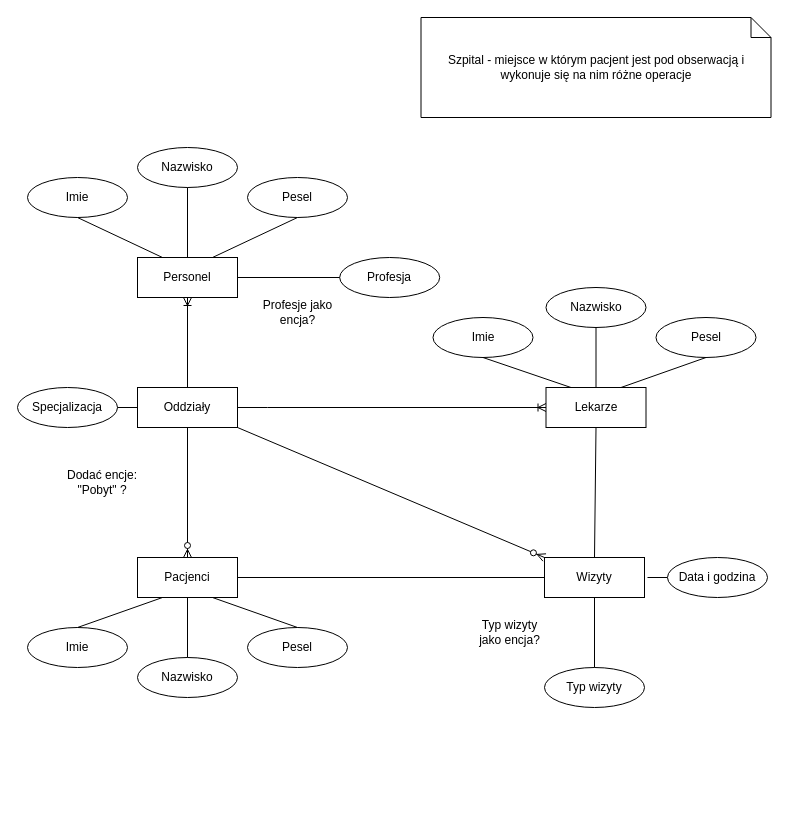
The draw.io diagram Diagram RDE.drawio in cnnq/PJATK_RBD, before the edit. Source tidied: cells renumbered, new cells numbered last; positions are measured from the earlier drawing's top-left corner, leaving out a move shared by most shapes. Both pictures are drawn from the tidied source at 100%, with x=0, y=0 at pixel (17, 17).
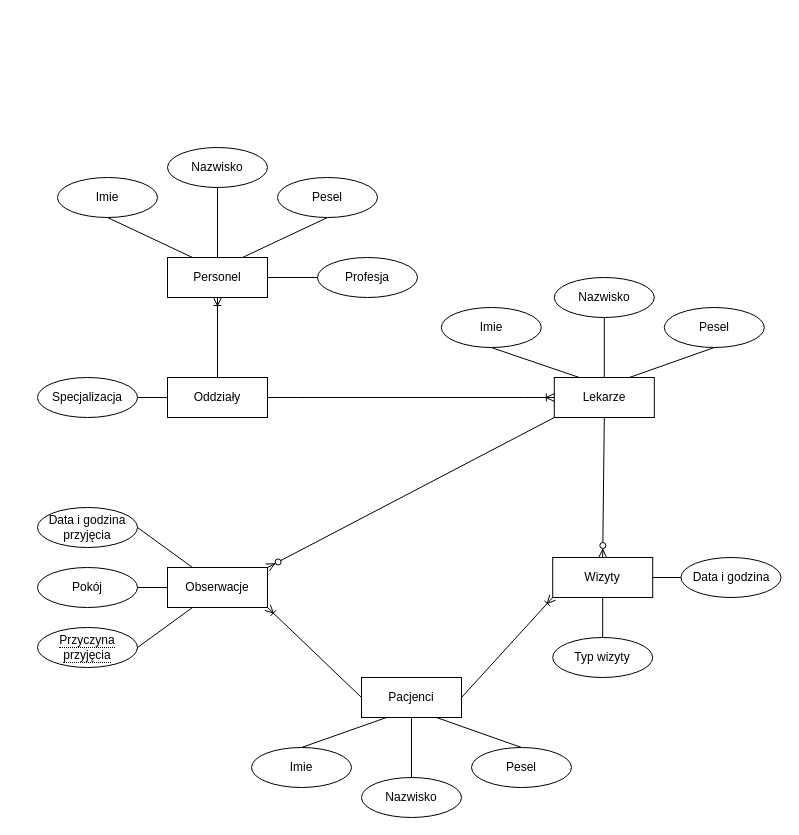
After the change.

The edit, as a diff of the source:
```diff
@@
     <mxCell id="2" value="Lekarze" style="whiteSpace=wrap;html=1;align=center;" parent="1" vertex="1">
-      <mxGeometry x="528.5" y="370" width="100" height="40" as="geometry" />
+      <mxGeometry x="536.8" y="360" width="100" height="40" as="geometry" />
     </mxCell>
     <mxCell id="3" value="Pacjenci" style="whiteSpace=wrap;html=1;align=center;" parent="1" vertex="1">
-      <mxGeometry x="120" y="540" width="100" height="40" as="geometry" />
+      <mxGeometry x="344" y="660" width="100" height="40" as="geometry" />
     </mxCell>
-    <mxCell id="4" value="Szpital - miejsce w którym pacjent jest pod obserwacją i wykonuje się na nim różne operacje" style="shape=note;size=20;whiteSpace=wrap;html=1;" parent="1" vertex="1">
-      <mxGeometry x="403.5" width="350" height="100" as="geometry" />
-    </mxCell>
     <mxCell id="5" value="Wizyty" style="whiteSpace=wrap;html=1;align=center;" parent="1" vertex="1">
-      <mxGeometry x="527" y="540" width="100" height="40" as="geometry" />
+      <mxGeometry x="535.2" y="540" width="100" height="40" as="geometry" />
     </mxCell>
     <mxCell id="6" value="Imie" style="ellipse;whiteSpace=wrap;html=1;align=center;" parent="1" vertex="1">
-      <mxGeometry x="10" y="610" width="100" height="40" as="geometry" />
+      <mxGeometry x="234" y="730" width="100" height="40" as="geometry" />
     </mxCell>
     <mxCell id="7" value="Nazwisko" style="ellipse;whiteSpace=wrap;html=1;align=center;" parent="1" vertex="1">
-      <mxGeometry x="120" y="640" width="100" height="40" as="geometry" />
+      <mxGeometry x="344" y="760" width="100" height="40" as="geometry" />
     </mxCell>
@@
     <mxCell id="10" value="Pesel" style="ellipse;whiteSpace=wrap;html=1;align=center;" parent="1" vertex="1">
-      <mxGeometry x="230" y="610" width="100" height="40" as="geometry" />
+      <mxGeometry x="454" y="730" width="100" height="40" as="geometry" />
     </mxCell>
@@
     <mxCell id="12" value="Imie" style="ellipse;whiteSpace=wrap;html=1;align=center;" parent="1" vertex="1">
-      <mxGeometry x="415.5" y="300" width="100" height="40" as="geometry" />
+      <mxGeometry x="423.8" y="290" width="100" height="40" as="geometry" />
     </mxCell>
     <mxCell id="13" value="Nazwisko" style="ellipse;whiteSpace=wrap;html=1;align=center;" parent="1" vertex="1">
-      <mxGeometry x="528.5" y="270" width="100" height="40" as="geometry" />
+      <mxGeometry x="536.8" y="260" width="100" height="40" as="geometry" />
     </mxCell>
@@
     <mxCell id="16" value="Pesel" style="ellipse;whiteSpace=wrap;html=1;align=center;" parent="1" vertex="1">
-      <mxGeometry x="638.5" y="300" width="100" height="40" as="geometry" />
+      <mxGeometry x="646.8" y="290" width="100" height="40" as="geometry" />
     </mxCell>
@@
     <mxCell id="18" value="Typ wizyty" style="ellipse;whiteSpace=wrap;html=1;align=center;" parent="1" vertex="1">
-      <mxGeometry x="527" y="650" width="100" height="40" as="geometry" />
+      <mxGeometry x="535.2" y="620" width="100" height="40" as="geometry" />
     </mxCell>
@@
-    <mxCell id="20" style="endArrow=none;html=1;rounded=0;exitX=1;exitY=0.5;exitDx=0;exitDy=0;entryX=0;entryY=0.5;entryDx=0;entryDy=0;" parent="1" edge="1" source="3" target="5">
-      <mxGeometry relative="1" as="geometry" />
-    </mxCell>
-    <mxCell id="21" style="endArrow=none;html=1;rounded=0;exitX=0.5;exitY=1;exitDx=0;exitDy=0;entryX=0.5;entryY=0;entryDx=0;entryDy=0;" parent="1" edge="1" source="2" target="5">
-      <mxGeometry relative="1" as="geometry" />
-    </mxCell>
-    <mxCell id="22" style="endArrow=none;html=1;rounded=0;" parent="1" edge="1" target="23">
-      <mxGeometry relative="1" as="geometry">
-        <mxPoint x="630" y="560" as="sourcePoint" />
-      </mxGeometry>
+    <mxCell id="22" style="endArrow=none;html=1;rounded=0;exitX=1;exitY=0.5;exitDx=0;exitDy=0;" parent="1" edge="1" source="5" target="23">
+      <mxGeometry relative="1" as="geometry" />
     </mxCell>
     <mxCell id="23" value="Data i godzina" style="ellipse;whiteSpace=wrap;html=1;align=center;" parent="1" vertex="1">
-      <mxGeometry x="650" y="540" width="100" height="40" as="geometry" />
+      <mxGeometry x="663.5" y="540" width="100" height="40" as="geometry" />
     </mxCell>
     <mxCell id="24" value="Oddziały" style="whiteSpace=wrap;html=1;align=center;" parent="1" vertex="1">
-      <mxGeometry x="120" y="370" width="100" height="40" as="geometry" />
+      <mxGeometry x="150" y="360" width="100" height="40" as="geometry" />
     </mxCell>
-    <mxCell id="25" style="fontSize=12;html=1;endArrow=ERzeroToMany;endFill=1;rounded=0;exitX=0.5;exitY=1;exitDx=0;exitDy=0;" parent="1" edge="1" source="24" target="3">
-      <mxGeometry relative="1" as="geometry" />
-    </mxCell>
@@
     <mxCell id="27" value="Personel" style="whiteSpace=wrap;html=1;align=center;" parent="1" vertex="1">
-      <mxGeometry x="120" y="240" width="100" height="40" as="geometry" />
+      <mxGeometry x="150" y="240" width="100" height="40" as="geometry" />
     </mxCell>
@@
     <mxCell id="29" value="Imie" style="ellipse;whiteSpace=wrap;html=1;align=center;" parent="1" vertex="1">
-      <mxGeometry x="10" y="160" width="100" height="40" as="geometry" />
+      <mxGeometry x="40" y="160" width="100" height="40" as="geometry" />
     </mxCell>
     <mxCell id="30" value="Nazwisko" style="ellipse;whiteSpace=wrap;html=1;align=center;" parent="1" vertex="1">
-      <mxGeometry x="120" y="130" width="100" height="40" as="geometry" />
+      <mxGeometry x="150" y="130" width="100" height="40" as="geometry" />
     </mxCell>
@@
     <mxCell id="33" value="Pesel" style="ellipse;whiteSpace=wrap;html=1;align=center;" parent="1" vertex="1">
-      <mxGeometry x="230" y="160" width="100" height="40" as="geometry" />
+      <mxGeometry x="260" y="160" width="100" height="40" as="geometry" />
     </mxCell>
@@
     <mxCell id="35" value="Profesja" style="ellipse;whiteSpace=wrap;html=1;align=center;" parent="1" vertex="1">
-      <mxGeometry x="322.2" y="240" width="100" height="40" as="geometry" />
+      <mxGeometry x="300" y="240" width="100" height="40" as="geometry" />
     </mxCell>
-    <mxCell id="36" style="endArrow=none;html=1;rounded=0;exitX=1;exitY=0.5;exitDx=0;exitDy=0;entryX=0;entryY=0.5;entryDx=0;entryDy=0;" parent="1" edge="1" source="27" target="35">
-      <mxGeometry relative="1" as="geometry" />
-    </mxCell>
-    <mxCell id="37" style="fontSize=12;html=1;endArrow=ERzeroToMany;endFill=1;rounded=0;exitX=1;exitY=1;exitDx=0;exitDy=0;entryX=0;entryY=0;entryDx=0;entryDy=0;" parent="1" edge="1" source="24" target="5">
-      <mxGeometry relative="1" as="geometry" />
-    </mxCell>
     <mxCell id="38" value="Specjalizacja" style="ellipse;whiteSpace=wrap;html=1;align=center;" parent="1" vertex="1">
-      <mxGeometry y="370" width="100" height="40" as="geometry" />
+      <mxGeometry x="20" y="360" width="100" height="40" as="geometry" />
     </mxCell>
@@
-    <mxCell id="40" value="Dodać encje: &quot;Pobyt&quot; ?" style="text;html=1;whiteSpace=wrap;strokeColor=none;fillColor=none;align=center;verticalAlign=middle;rounded=0;" parent="1" vertex="1">
-      <mxGeometry x="30" y="450" width="110" height="30" as="geometry" />
-    </mxCell>
-    <mxCell id="41" value="Profesje jako encja?" style="text;html=1;whiteSpace=wrap;strokeColor=none;fillColor=none;align=center;verticalAlign=middle;rounded=0;" parent="1" vertex="1">
-      <mxGeometry x="237.8" y="280" width="84.5" height="30" as="geometry" />
-    </mxCell>
-    <mxCell id="42" value="Typ wizyty jako encja?" style="text;html=1;whiteSpace=wrap;strokeColor=none;fillColor=none;align=center;verticalAlign=middle;rounded=0;" parent="1" vertex="1">
-      <mxGeometry x="455.5" y="600" width="73" height="30" as="geometry" />
-    </mxCell>
+    <mxCell id="43" value="Obserwacje" style="whiteSpace=wrap;html=1;align=center;" parent="1" vertex="1">
+      <mxGeometry x="150" y="550" width="100" height="40" as="geometry" />
+    </mxCell>
+    <mxCell id="44" value="Pokój" style="ellipse;whiteSpace=wrap;html=1;align=center;" parent="1" vertex="1">
+      <mxGeometry x="20" y="550" width="100" height="40" as="geometry" />
+    </mxCell>
+    <mxCell id="45" style="endArrow=none;html=1;rounded=0;exitX=0;exitY=0.5;exitDx=0;exitDy=0;entryX=1;entryY=0.5;entryDx=0;entryDy=0;" parent="1" edge="1" source="43" target="44">
+      <mxGeometry relative="1" as="geometry" />
+    </mxCell>
+    <mxCell id="46" value="Data i godzina&lt;div&gt;przyjęcia&lt;/div&gt;" style="ellipse;whiteSpace=wrap;html=1;align=center;" parent="1" vertex="1">
+      <mxGeometry x="20" y="490" width="100" height="40" as="geometry" />
+    </mxCell>
+    <mxCell id="47" style="endArrow=none;html=1;rounded=0;exitX=0.25;exitY=0;exitDx=0;exitDy=0;entryX=1;entryY=0.5;entryDx=0;entryDy=0;" parent="1" edge="1" source="43" target="46">
+      <mxGeometry relative="1" as="geometry" />
+    </mxCell>
+    <mxCell id="48" value="&lt;span style=&quot;border-bottom: 1px dotted&quot;&gt;Przyczyna przyjęcia&lt;/span&gt;" style="ellipse;whiteSpace=wrap;html=1;align=center;" parent="1" vertex="1">
+      <mxGeometry x="20" y="610" width="100" height="40" as="geometry" />
+    </mxCell>
+    <mxCell id="49" style="endArrow=none;html=1;rounded=0;exitX=1;exitY=0.5;exitDx=0;exitDy=0;entryX=0.25;entryY=1;entryDx=0;entryDy=0;" parent="1" edge="1" source="48" target="43">
+      <mxGeometry relative="1" as="geometry" />
+    </mxCell>
+    <mxCell id="36" style="endArrow=none;html=1;rounded=0;exitX=1;exitY=0.5;exitDx=0;exitDy=0;entryX=0;entryY=0.5;entryDx=0;entryDy=0;" parent="1" edge="1" source="27" target="35">
+      <mxGeometry relative="1" as="geometry" />
+    </mxCell>
+    <mxCell id="50" style="fontSize=12;html=1;endArrow=ERoneToMany;rounded=0;exitX=0;exitY=0.5;exitDx=0;exitDy=0;entryX=1;entryY=1;entryDx=0;entryDy=0;" parent="1" edge="1" source="3" target="43">
+      <mxGeometry relative="1" as="geometry" />
+    </mxCell>
+    <mxCell id="20" style="fontSize=12;html=1;endArrow=ERoneToMany;rounded=0;entryX=0;entryY=1;entryDx=0;entryDy=0;exitX=1;exitY=0.5;exitDx=0;exitDy=0;" parent="1" edge="1" source="3" target="5">
+      <mxGeometry relative="1" as="geometry" />
+    </mxCell>
+    <mxCell id="21" style="fontSize=12;html=1;endArrow=ERzeroToMany;endFill=1;rounded=0;entryX=0.5;entryY=0;entryDx=0;entryDy=0;exitX=0.5;exitY=1;exitDx=0;exitDy=0;" parent="1" edge="1" source="2" target="5">
+      <mxGeometry relative="1" as="geometry" />
+    </mxCell>
+    <mxCell id="51" style="fontSize=12;html=1;endArrow=ERzeroToMany;endFill=1;rounded=0;exitX=0;exitY=1;exitDx=0;exitDy=0;" parent="1" edge="1" source="2">
+      <mxGeometry relative="1" as="geometry">
+        <mxPoint x="250" y="550" as="targetPoint" />
+      </mxGeometry>
+    </mxCell>
```
